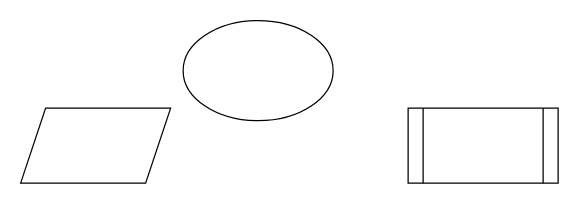
Before: page "Exemplo ELB-3" (3 of 3) of ElasticLoadBalance/ArquiteturaELB.drawio in ferhmdiogo/arquiteturasaws, a draw.io diagram. Source tidied: cells renumbered, new cells numbered last; positions are measured from the earlier drawing's top-left corner, leaving out a move shared by most shapes. Both pictures are drawn from the tidied source at 125%, with x=0, y=0 at pixel (20, 20).
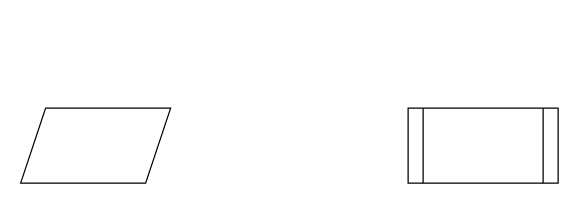
The same page after the edit.

Commit message:
Alteração de desenho

Diff of the diagram source:
```diff
@@
 <mxGraphModel>
   <root>
     <mxCell id="0" />
     <mxCell id="1" parent="0" />
-    <mxCell id="2" style="ellipse;whiteSpace=wrap;html=1;" parent="1" vertex="1">
-      <mxGeometry x="130" width="120" height="80" as="geometry" />
-    </mxCell>
     <mxCell id="3" style="shape=parallelogram;perimeter=parallelogramPerimeter;whiteSpace=wrap;html=1;fixedSize=1;" parent="1" vertex="1">
       <mxGeometry y="70" width="120" height="60" as="geometry" />
     </mxCell>
     <mxCell id="4" style="shape=process;whiteSpace=wrap;html=1;backgroundOutline=1;" parent="1" vertex="1">
       <mxGeometry x="310" y="70" width="120" height="60" as="geometry" />
     </mxCell>
   </root>
 </mxGraphModel>
```
